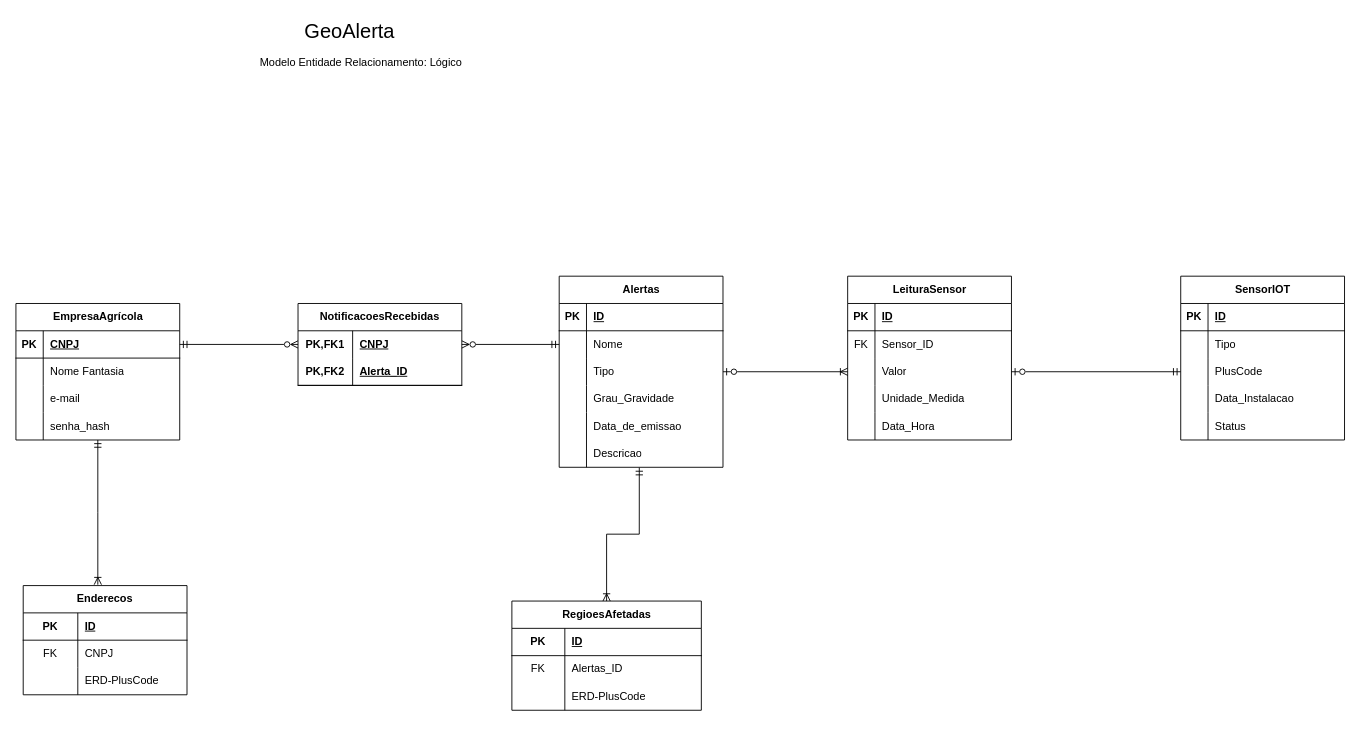
This is page "Lógico" (2 of 3) of docs/database-design/Diagrama-ER.drawio from Code-Masters-F/GeoAlerta, a draw.io file, before an edit. Source tidied: cells renumbered, new cells numbered last; positions are measured from the earlier drawing's top-left corner, leaving out a move shared by most shapes. Both pictures are drawn from the tidied source at 91%, with x=0, y=0 at pixel (15, 15).
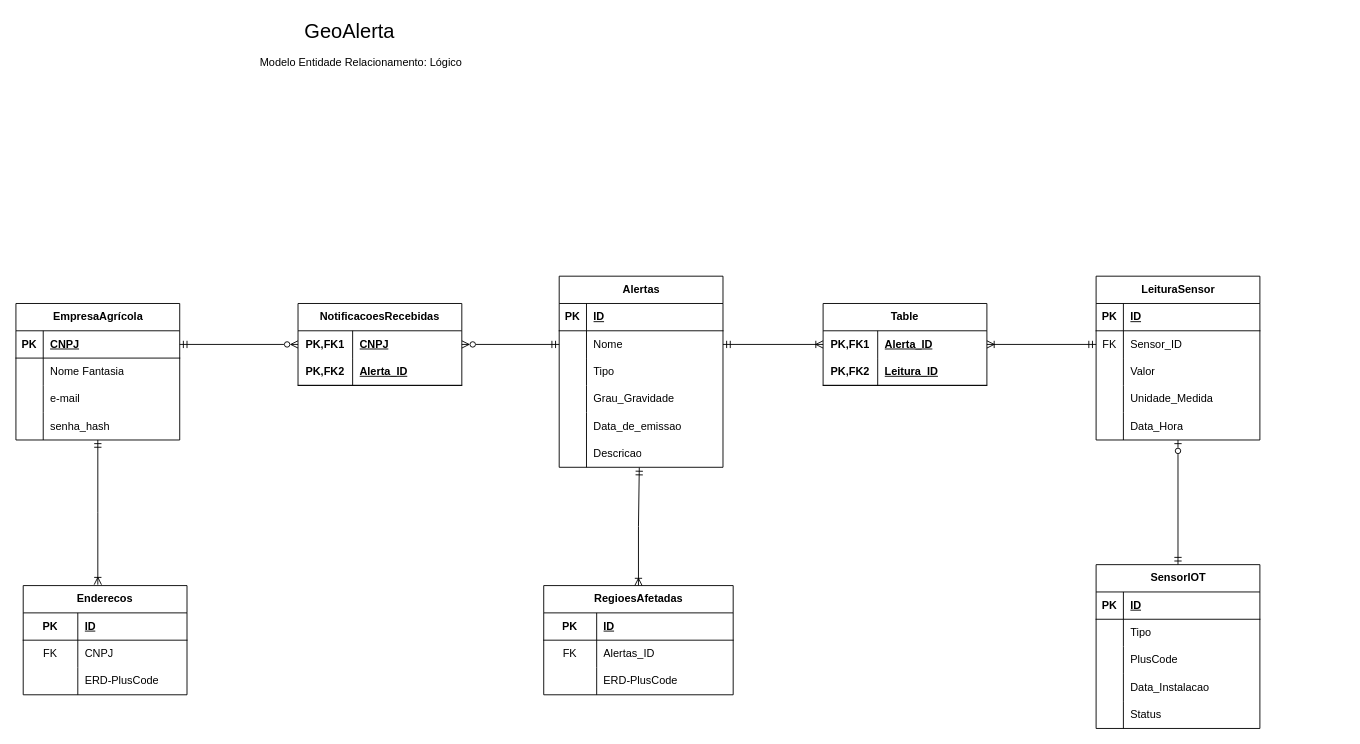
The same page after the edit.

The change refers to these unchanged cells:
```xml
<mxCell id="30" style="shape=tableRow;horizontal=0;startSize=0;swimlaneHead=0;swimlaneBody=0;fillColor=none;points=[[0,0.5],[1,0.5]];portConstraint=eastwest;top=0;left=0;right=0;bottom=0;" parent="26" vertex="1">
  <mxGeometry y="60" width="180" height="30" as="geometry" />
</mxCell>
<mxCell id="33" style="shape=tableRow;horizontal=0;startSize=0;swimlaneHead=0;swimlaneBody=0;fillColor=none;points=[[0,0.5],[1,0.5]];portConstraint=eastwest;top=0;left=0;right=0;bottom=0;" parent="26" vertex="1">
  <mxGeometry y="90" width="180" height="30" as="geometry" />
</mxCell>
<mxCell id="74" style="shape=tableRow;horizontal=0;startSize=0;swimlaneHead=0;swimlaneBody=0;fillColor=none;points=[[0,0.5],[1,0.5]];portConstraint=eastwest;top=0;left=0;right=0;bottom=0;" parent="70" vertex="1">
  <mxGeometry y="60" width="180" height="30" as="geometry" />
</mxCell>
<mxCell id="77" style="shape=tableRow;horizontal=0;startSize=0;swimlaneHead=0;swimlaneBody=0;fillColor=none;points=[[0,0.5],[1,0.5]];portConstraint=eastwest;top=0;left=0;right=0;bottom=0;" parent="70" vertex="1">
  <mxGeometry y="90" width="180" height="30" as="geometry" />
</mxCell>
<mxCell id="93" style="shape=tableRow;horizontal=0;startSize=0;swimlaneHead=0;swimlaneBody=0;fillColor=none;points=[[0,0.5],[1,0.5]];portConstraint=eastwest;top=0;left=0;right=0;bottom=0;" parent="86" vertex="1">
  <mxGeometry y="90" width="180" height="30" as="geometry" />
</mxCell>
```

Change to the diagram source:
```diff
@@
     <mxCell id="45" value="RegioesAfetadas" style="shape=table;startSize=30;childLayout=tableLayout;rowLines=0;fontStyle=1;align=center;html=1;" parent="1" vertex="1">
-      <mxGeometry x="545" y="643" width="208.2" height="120" as="geometry" />
+      <mxGeometry x="580" y="626" width="208.2" height="120" as="geometry" />
     </mxCell>
@@
+    <mxCell id="104" style="edgeStyle=orthogonalEdgeStyle;rounded=0;jettySize=auto;html=1;entryX=0.5;entryY=0;entryDx=0;entryDy=0;endArrow=ERmandOne;endFill=0;startArrow=ERzeroToOne;startFill=0;" parent="1" edge="1" source="70" target="86">
+      <mxGeometry relative="1" as="geometry" />
+    </mxCell>
     <mxCell id="70" value="LeituraSensor" style="shape=table;startSize=30;childLayout=tableLayout;rowLines=0;fontStyle=1;align=center;html=1;" parent="1" vertex="1">
-      <mxGeometry x="914" y="286" width="180" height="180" as="geometry" />
+      <mxGeometry x="1187" y="286" width="180" height="180" as="geometry" />
     </mxCell>
@@
     <mxCell id="86" value="SensorIOT" style="shape=table;startSize=30;childLayout=tableLayout;rowLines=0;fontStyle=1;align=center;html=1;" parent="1" vertex="1">
-      <mxGeometry x="1280" y="286" width="180" height="180" as="geometry" />
+      <mxGeometry x="1187" y="603" width="180" height="180" as="geometry" />
     </mxCell>
@@
-    <mxCell id="102" style="edgeStyle=orthogonalEdgeStyle;rounded=0;jettySize=auto;html=1;entryX=0;entryY=0.5;entryDx=0;entryDy=0;exitX=1;exitY=0.5;exitDx=0;exitDy=0;endArrow=ERoneToMany;endFill=0;startArrow=ERzeroToOne;startFill=0;" parent="1" edge="1" source="33" target="77">
-      <mxGeometry relative="1" as="geometry" />
-    </mxCell>
-    <mxCell id="103" style="edgeStyle=orthogonalEdgeStyle;rounded=0;jettySize=auto;html=1;entryX=0;entryY=0.5;entryDx=0;entryDy=0;exitX=1;exitY=0.5;exitDx=0;exitDy=0;startArrow=ERzeroToOne;startFill=0;endArrow=ERmandOne;endFill=0;" parent="1" edge="1" source="77" target="93">
-      <mxGeometry relative="1" as="geometry" />
-    </mxCell>
+    <mxCell id="105" style="edgeStyle=orthogonalEdgeStyle;rounded=0;jettySize=auto;html=1;entryX=1;entryY=0.5;entryDx=0;entryDy=0;endArrow=ERmandOne;endFill=0;startArrow=ERoneToMany;startFill=0;" parent="1" edge="1" source="107" target="30">
+      <mxGeometry relative="1" as="geometry" />
+    </mxCell>
+    <mxCell id="106" style="edgeStyle=orthogonalEdgeStyle;rounded=0;jettySize=auto;html=1;entryX=0;entryY=0.5;entryDx=0;entryDy=0;endArrow=ERmandOne;endFill=0;startArrow=ERoneToMany;startFill=0;" parent="1" edge="1" source="107" target="74">
+      <mxGeometry relative="1" as="geometry" />
+    </mxCell>
+    <mxCell id="107" value="Table" style="shape=table;startSize=30;childLayout=tableLayout;rowLines=0;fontStyle=1;align=center;html=1;whiteSpace=wrap;" parent="1" vertex="1">
+      <mxGeometry x="887" y="316" width="180" height="90" as="geometry" />
+    </mxCell>
+    <mxCell id="108" style="shape=tableRow;horizontal=0;startSize=0;swimlaneHead=0;swimlaneBody=0;fillColor=none;top=0;left=0;right=0;bottom=0;html=1;" parent="107" vertex="1">
+      <mxGeometry y="30" width="180" height="30" as="geometry" />
+    </mxCell>
+    <mxCell id="109" value="PK,FK1" style="shape=partialRectangle;fillColor=none;top=0;left=0;bottom=0;right=0;fontStyle=1;overflow=hidden;html=1;whiteSpace=wrap;" parent="108" vertex="1">
+      <mxGeometry width="60" height="30" as="geometry" />
+    </mxCell>
+    <mxCell id="110" value="Alerta_ID" style="shape=partialRectangle;fillColor=none;top=0;left=0;bottom=0;right=0;align=left;spacingLeft=6;fontStyle=5;overflow=hidden;html=1;whiteSpace=wrap;" parent="108" vertex="1">
+      <mxGeometry x="60" width="120" height="30" as="geometry" />
+    </mxCell>
+    <mxCell id="111" style="shape=tableRow;horizontal=0;startSize=0;swimlaneHead=0;swimlaneBody=0;fillColor=none;top=0;left=0;right=0;bottom=1;html=1;" parent="107" vertex="1">
+      <mxGeometry y="60" width="180" height="30" as="geometry" />
+    </mxCell>
+    <mxCell id="112" value="PK,FK2" style="shape=partialRectangle;fillColor=none;top=0;left=0;bottom=0;right=0;fontStyle=1;overflow=hidden;html=1;whiteSpace=wrap;" parent="111" vertex="1">
+      <mxGeometry width="60" height="30" as="geometry" />
+    </mxCell>
+    <mxCell id="113" value="Leitura_ID" style="shape=partialRectangle;fillColor=none;top=0;left=0;bottom=0;right=0;align=left;spacingLeft=6;fontStyle=5;overflow=hidden;html=1;whiteSpace=wrap;" parent="111" vertex="1">
+      <mxGeometry x="60" width="120" height="30" as="geometry" />
+    </mxCell>
```
